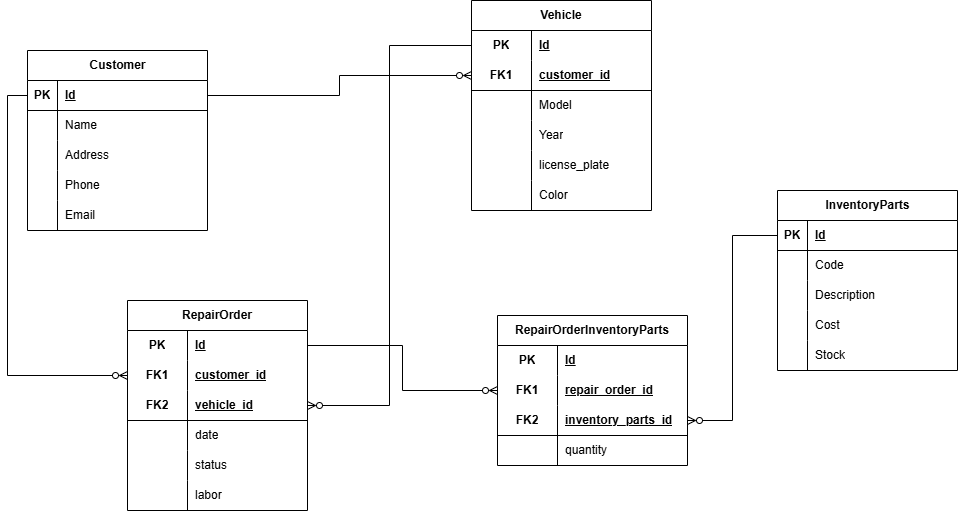
Above: documentation/DER.png in KattyGZC/autoparts-pro (draw.io), before the change. Source tidied: cells renumbered, new cells last; positions are measured from the earlier drawing's top-left corner, leaving out a move shared by most shapes.
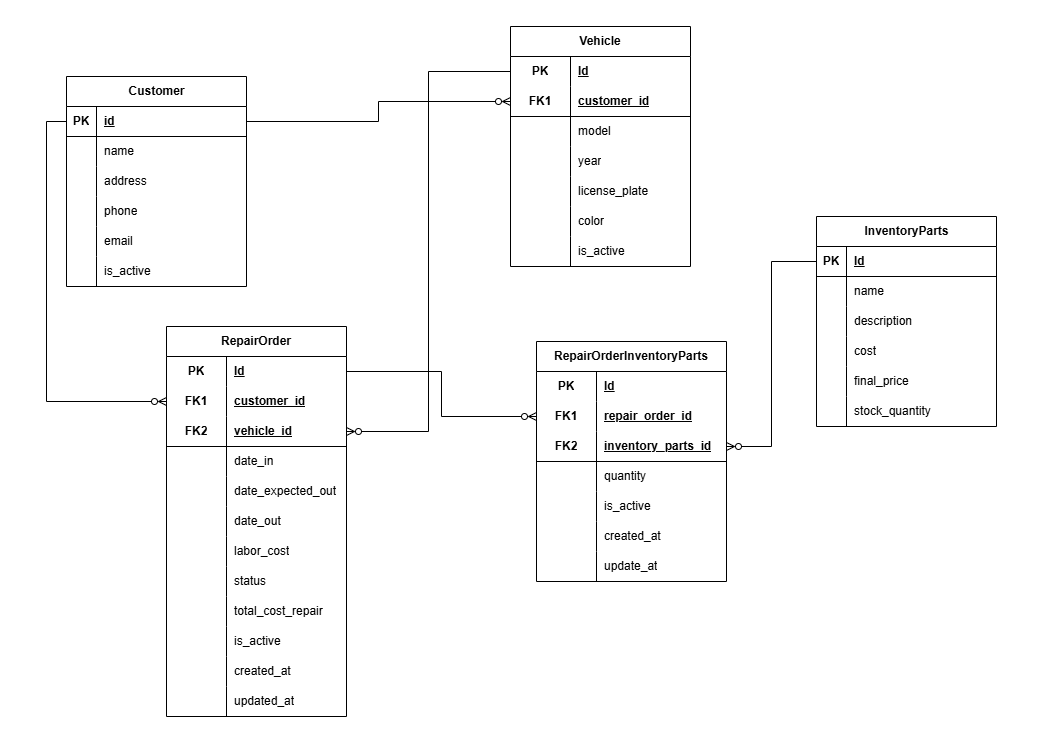
The same file after the commit.

Diff of the diagram source:
```diff
@@ -5,3 +5,3 @@
     <mxCell id="2" value="Customer" style="shape=table;startSize=30;rowLines=0;fontStyle=1;align=center;html=1;" parent="1" vertex="1">
-      <mxGeometry y="50" width="180" height="180" as="geometry" />
+      <mxGeometry y="50" width="180" height="210" as="geometry" />
     </mxCell>
@@ -13,3 +13,3 @@
     </mxCell>
-    <mxCell id="5" value="Id" style="shape=partialRectangle;fillColor=none;top=0;left=0;bottom=0;right=0;align=left;spacingLeft=6;fontStyle=5;overflow=hidden;whiteSpace=wrap;html=1;" parent="3" vertex="1">
+    <mxCell id="5" value="id" style="shape=partialRectangle;fillColor=none;top=0;left=0;bottom=0;right=0;align=left;spacingLeft=6;fontStyle=5;overflow=hidden;whiteSpace=wrap;html=1;" parent="3" vertex="1">
       <mxGeometry x="30" width="150" height="30" as="geometry" />
@@ -22,3 +22,3 @@
     </mxCell>
-    <mxCell id="8" value="Name" style="shape=partialRectangle;fillColor=none;top=0;left=0;bottom=0;right=0;align=left;spacingLeft=6;overflow=hidden;whiteSpace=wrap;html=1;" parent="6" vertex="1">
+    <mxCell id="8" value="&lt;span style=&quot;background-color: transparent; color: light-dark(rgb(0, 0, 0), rgb(255, 255, 255));&quot;&gt;name&lt;/span&gt;" style="shape=partialRectangle;fillColor=none;top=0;left=0;bottom=0;right=0;align=left;spacingLeft=6;overflow=hidden;whiteSpace=wrap;html=1;" parent="6" vertex="1">
       <mxGeometry x="30" width="150" height="30" as="geometry" />
@@ -31,3 +31,3 @@
     </mxCell>
-    <mxCell id="11" value="Address" style="shape=partialRectangle;fillColor=none;top=0;left=0;bottom=0;right=0;align=left;spacingLeft=6;overflow=hidden;whiteSpace=wrap;html=1;" parent="9" vertex="1">
+    <mxCell id="11" value="address" style="shape=partialRectangle;fillColor=none;top=0;left=0;bottom=0;right=0;align=left;spacingLeft=6;overflow=hidden;whiteSpace=wrap;html=1;" parent="9" vertex="1">
       <mxGeometry x="30" width="150" height="30" as="geometry" />
@@ -40,3 +40,3 @@
     </mxCell>
-    <mxCell id="14" value="Phone" style="shape=partialRectangle;fillColor=none;top=0;left=0;bottom=0;right=0;align=left;spacingLeft=6;overflow=hidden;whiteSpace=wrap;html=1;" parent="12" vertex="1">
+    <mxCell id="14" value="phone" style="shape=partialRectangle;fillColor=none;top=0;left=0;bottom=0;right=0;align=left;spacingLeft=6;overflow=hidden;whiteSpace=wrap;html=1;" parent="12" vertex="1">
       <mxGeometry x="30" width="150" height="30" as="geometry" />
@@ -49,7 +49,16 @@
     </mxCell>
-    <mxCell id="17" value="Email" style="shape=partialRectangle;fillColor=none;top=0;left=0;bottom=0;right=0;align=left;spacingLeft=6;overflow=hidden;whiteSpace=wrap;html=1;" parent="15" vertex="1">
+    <mxCell id="17" value="email" style="shape=partialRectangle;fillColor=none;top=0;left=0;bottom=0;right=0;align=left;spacingLeft=6;overflow=hidden;whiteSpace=wrap;html=1;" parent="15" vertex="1">
       <mxGeometry x="30" width="150" height="30" as="geometry" />
     </mxCell>
+    <mxCell id="90" style="shape=tableRow;horizontal=0;startSize=0;swimlaneHead=0;swimlaneBody=0;fillColor=none;top=0;left=0;right=0;bottom=0;fontStyle=1;" parent="2" vertex="1">
+      <mxGeometry y="180" width="180" height="30" as="geometry" />
+    </mxCell>
+    <mxCell id="91" style="shape=partialRectangle;fillColor=none;top=0;left=0;bottom=0;right=0;overflow=hidden;whiteSpace=wrap;html=1;" parent="90" vertex="1">
+      <mxGeometry width="30" height="30" as="geometry" />
+    </mxCell>
+    <mxCell id="92" value="is_active" style="shape=partialRectangle;fillColor=none;top=0;left=0;bottom=0;right=0;align=left;spacingLeft=6;overflow=hidden;whiteSpace=wrap;html=1;" parent="90" vertex="1">
+      <mxGeometry x="30" width="150" height="30" as="geometry" />
+    </mxCell>
     <mxCell id="18" value="Vehicle" style="shape=table;startSize=30;rowLines=0;fontStyle=1;align=center;html=1;whiteSpace=wrap;" parent="1" vertex="1">
-      <mxGeometry x="444" width="180" height="210" as="geometry" />
+      <mxGeometry x="444" width="180" height="240" as="geometry" />
     </mxCell>
@@ -79,3 +88,3 @@
     </mxCell>
-    <mxCell id="27" value="Model" style="shape=partialRectangle;fillColor=none;top=0;left=0;bottom=0;right=0;align=left;spacingLeft=6;overflow=hidden;html=1;whiteSpace=wrap;" parent="25" vertex="1">
+    <mxCell id="27" value="model" style="shape=partialRectangle;fillColor=none;top=0;left=0;bottom=0;right=0;align=left;spacingLeft=6;overflow=hidden;html=1;whiteSpace=wrap;" parent="25" vertex="1">
       <mxGeometry x="60" width="120" height="30" as="geometry" />
@@ -88,3 +97,3 @@
     </mxCell>
-    <mxCell id="30" value="Year" style="shape=partialRectangle;fillColor=none;top=0;left=0;bottom=0;right=0;align=left;spacingLeft=6;overflow=hidden;html=1;whiteSpace=wrap;" parent="28" vertex="1">
+    <mxCell id="30" value="year" style="shape=partialRectangle;fillColor=none;top=0;left=0;bottom=0;right=0;align=left;spacingLeft=6;overflow=hidden;html=1;whiteSpace=wrap;" parent="28" vertex="1">
       <mxGeometry x="60" width="120" height="30" as="geometry" />
@@ -106,7 +115,16 @@
     </mxCell>
-    <mxCell id="36" value="Color" style="shape=partialRectangle;fillColor=none;top=0;left=0;bottom=0;right=0;align=left;spacingLeft=6;overflow=hidden;html=1;whiteSpace=wrap;" parent="34" vertex="1">
+    <mxCell id="36" value="color" style="shape=partialRectangle;fillColor=none;top=0;left=0;bottom=0;right=0;align=left;spacingLeft=6;overflow=hidden;html=1;whiteSpace=wrap;" parent="34" vertex="1">
       <mxGeometry x="60" width="120" height="30" as="geometry" />
     </mxCell>
+    <mxCell id="93" style="shape=tableRow;horizontal=0;startSize=0;swimlaneHead=0;swimlaneBody=0;fillColor=none;top=0;left=0;right=0;bottom=0;html=1;" parent="18" vertex="1">
+      <mxGeometry y="210" width="180" height="30" as="geometry" />
+    </mxCell>
+    <mxCell id="94" style="shape=partialRectangle;fillColor=none;top=0;left=0;bottom=0;right=0;overflow=hidden;html=1;whiteSpace=wrap;" parent="93" vertex="1">
+      <mxGeometry width="60" height="30" as="geometry" />
+    </mxCell>
+    <mxCell id="95" value="is_active" style="shape=partialRectangle;fillColor=none;top=0;left=0;bottom=0;right=0;align=left;spacingLeft=6;overflow=hidden;html=1;whiteSpace=wrap;" parent="93" vertex="1">
+      <mxGeometry x="60" width="120" height="30" as="geometry" />
+    </mxCell>
     <mxCell id="37" value="InventoryParts" style="shape=table;startSize=30;rowLines=0;fontStyle=1;align=center;html=1;" parent="1" vertex="1">
-      <mxGeometry x="750" y="190" width="180" height="180" as="geometry" />
+      <mxGeometry x="750" y="190" width="180" height="210" as="geometry" />
     </mxCell>
@@ -127,3 +145,3 @@
     </mxCell>
-    <mxCell id="43" value="Code" style="shape=partialRectangle;fillColor=none;top=0;left=0;bottom=0;right=0;align=left;spacingLeft=6;overflow=hidden;whiteSpace=wrap;html=1;" parent="41" vertex="1">
+    <mxCell id="43" value="name" style="shape=partialRectangle;fillColor=none;top=0;left=0;bottom=0;right=0;align=left;spacingLeft=6;overflow=hidden;whiteSpace=wrap;html=1;" parent="41" vertex="1">
       <mxGeometry x="30" width="150" height="30" as="geometry" />
@@ -136,3 +154,3 @@
     </mxCell>
-    <mxCell id="46" value="Description" style="shape=partialRectangle;fillColor=none;top=0;left=0;bottom=0;right=0;align=left;spacingLeft=6;overflow=hidden;whiteSpace=wrap;html=1;" parent="44" vertex="1">
+    <mxCell id="46" value="description" style="shape=partialRectangle;fillColor=none;top=0;left=0;bottom=0;right=0;align=left;spacingLeft=6;overflow=hidden;whiteSpace=wrap;html=1;" parent="44" vertex="1">
       <mxGeometry x="30" width="150" height="30" as="geometry" />
@@ -145,7 +163,16 @@
     </mxCell>
-    <mxCell id="49" value="Cost" style="shape=partialRectangle;fillColor=none;top=0;left=0;bottom=0;right=0;align=left;spacingLeft=6;overflow=hidden;whiteSpace=wrap;html=1;" parent="47" vertex="1">
+    <mxCell id="49" value="cost" style="shape=partialRectangle;fillColor=none;top=0;left=0;bottom=0;right=0;align=left;spacingLeft=6;overflow=hidden;whiteSpace=wrap;html=1;" parent="47" vertex="1">
       <mxGeometry x="30" width="150" height="30" as="geometry" />
     </mxCell>
+    <mxCell id="96" style="shape=tableRow;horizontal=0;startSize=0;swimlaneHead=0;swimlaneBody=0;fillColor=none;top=0;left=0;right=0;bottom=0;" parent="37" vertex="1">
+      <mxGeometry y="150" width="180" height="30" as="geometry" />
+    </mxCell>
+    <mxCell id="97" style="shape=partialRectangle;fillColor=none;top=0;left=0;bottom=0;right=0;overflow=hidden;whiteSpace=wrap;html=1;" parent="96" vertex="1">
+      <mxGeometry width="30" height="30" as="geometry" />
+    </mxCell>
+    <mxCell id="98" value="final_price" style="shape=partialRectangle;fillColor=none;top=0;left=0;bottom=0;right=0;align=left;spacingLeft=6;overflow=hidden;whiteSpace=wrap;html=1;" parent="96" vertex="1">
+      <mxGeometry x="30" width="150" height="30" as="geometry" />
+    </mxCell>
     <mxCell id="50" style="shape=tableRow;horizontal=0;startSize=0;swimlaneHead=0;swimlaneBody=0;fillColor=none;top=0;left=0;right=0;bottom=0;" parent="37" vertex="1">
-      <mxGeometry y="150" width="180" height="30" as="geometry" />
+      <mxGeometry y="180" width="180" height="30" as="geometry" />
     </mxCell>
@@ -154,3 +181,3 @@
     </mxCell>
-    <mxCell id="52" value="Stock" style="shape=partialRectangle;fillColor=none;top=0;left=0;bottom=0;right=0;align=left;spacingLeft=6;overflow=hidden;whiteSpace=wrap;html=1;" parent="50" vertex="1">
+    <mxCell id="52" value="stock_quantity" style="shape=partialRectangle;fillColor=none;top=0;left=0;bottom=0;right=0;align=left;spacingLeft=6;overflow=hidden;whiteSpace=wrap;html=1;" parent="50" vertex="1">
       <mxGeometry x="30" width="150" height="30" as="geometry" />
@@ -158,3 +185,3 @@
     <mxCell id="53" value="RepairOrder" style="shape=table;startSize=30;rowLines=0;fontStyle=1;align=center;html=1;whiteSpace=wrap;" parent="1" vertex="1">
-      <mxGeometry x="100" y="300" width="180" height="210" as="geometry" />
+      <mxGeometry x="100" y="300" width="180" height="390" as="geometry" />
     </mxCell>
@@ -193,7 +220,34 @@
     </mxCell>
-    <mxCell id="65" value="date" style="shape=partialRectangle;fillColor=none;top=0;left=0;bottom=0;right=0;align=left;spacingLeft=6;overflow=hidden;html=1;whiteSpace=wrap;" parent="63" vertex="1">
+    <mxCell id="65" value="date_in" style="shape=partialRectangle;fillColor=none;top=0;left=0;bottom=0;right=0;align=left;spacingLeft=6;overflow=hidden;html=1;whiteSpace=wrap;" parent="63" vertex="1">
       <mxGeometry x="60" width="120" height="30" as="geometry" />
     </mxCell>
+    <mxCell id="99" style="shape=tableRow;horizontal=0;startSize=0;swimlaneHead=0;swimlaneBody=0;fillColor=none;top=0;left=0;right=0;bottom=0;html=1;" parent="53" vertex="1">
+      <mxGeometry y="150" width="180" height="30" as="geometry" />
+    </mxCell>
+    <mxCell id="100" style="shape=partialRectangle;fillColor=none;top=0;left=0;bottom=0;right=0;overflow=hidden;html=1;whiteSpace=wrap;" parent="99" vertex="1">
+      <mxGeometry width="60" height="30" as="geometry" />
+    </mxCell>
+    <mxCell id="101" value="date_expected_out" style="shape=partialRectangle;fillColor=none;top=0;left=0;bottom=0;right=0;align=left;spacingLeft=6;overflow=hidden;html=1;whiteSpace=wrap;" parent="99" vertex="1">
+      <mxGeometry x="60" width="120" height="30" as="geometry" />
+    </mxCell>
+    <mxCell id="69" style="shape=tableRow;horizontal=0;startSize=0;swimlaneHead=0;swimlaneBody=0;fillColor=none;top=0;left=0;right=0;bottom=0;html=1;" parent="53" vertex="1">
+      <mxGeometry y="180" width="180" height="30" as="geometry" />
+    </mxCell>
+    <mxCell id="102" style="shape=partialRectangle;fillColor=none;top=0;left=0;bottom=0;right=0;overflow=hidden;html=1;whiteSpace=wrap;" parent="69" vertex="1">
+      <mxGeometry width="60" height="30" as="geometry" />
+    </mxCell>
+    <mxCell id="103" value="date_out" style="shape=partialRectangle;fillColor=none;top=0;left=0;bottom=0;right=0;align=left;spacingLeft=6;overflow=hidden;html=1;whiteSpace=wrap;" parent="69" vertex="1">
+      <mxGeometry x="60" width="120" height="30" as="geometry" />
+    </mxCell>
+    <mxCell id="104" style="shape=tableRow;horizontal=0;startSize=0;swimlaneHead=0;swimlaneBody=0;fillColor=none;top=0;left=0;right=0;bottom=0;html=1;" parent="53" vertex="1">
+      <mxGeometry y="210" width="180" height="30" as="geometry" />
+    </mxCell>
+    <mxCell id="105" style="shape=partialRectangle;fillColor=none;top=0;left=0;bottom=0;right=0;overflow=hidden;html=1;whiteSpace=wrap;" parent="104" vertex="1">
+      <mxGeometry width="60" height="30" as="geometry" />
+    </mxCell>
+    <mxCell id="106" value="labor_cost" style="shape=partialRectangle;fillColor=none;top=0;left=0;bottom=0;right=0;align=left;spacingLeft=6;overflow=hidden;html=1;whiteSpace=wrap;" parent="104" vertex="1">
+      <mxGeometry x="60" width="120" height="30" as="geometry" />
+    </mxCell>
     <mxCell id="66" style="shape=tableRow;horizontal=0;startSize=0;swimlaneHead=0;swimlaneBody=0;fillColor=none;top=0;left=0;right=0;bottom=0;html=1;" parent="53" vertex="1">
-      <mxGeometry y="150" width="180" height="30" as="geometry" />
+      <mxGeometry y="240" width="180" height="30" as="geometry" />
     </mxCell>
@@ -205,13 +259,40 @@
     </mxCell>
-    <mxCell id="69" style="shape=tableRow;horizontal=0;startSize=0;swimlaneHead=0;swimlaneBody=0;fillColor=none;top=0;left=0;right=0;bottom=0;html=1;" parent="53" vertex="1">
-      <mxGeometry y="180" width="180" height="30" as="geometry" />
-    </mxCell>
-    <mxCell id="70" style="shape=partialRectangle;fillColor=none;top=0;left=0;bottom=0;right=0;overflow=hidden;html=1;whiteSpace=wrap;" parent="69" vertex="1">
-      <mxGeometry width="60" height="30" as="geometry" />
-    </mxCell>
-    <mxCell id="71" value="labor" style="shape=partialRectangle;fillColor=none;top=0;left=0;bottom=0;right=0;align=left;spacingLeft=6;overflow=hidden;html=1;whiteSpace=wrap;" parent="69" vertex="1">
-      <mxGeometry x="60" width="120" height="30" as="geometry" />
-    </mxCell>
+    <mxCell id="107" style="shape=tableRow;horizontal=0;startSize=0;swimlaneHead=0;swimlaneBody=0;fillColor=none;top=0;left=0;right=0;bottom=0;html=1;" parent="53" vertex="1">
+      <mxGeometry y="270" width="180" height="30" as="geometry" />
+    </mxCell>
+    <mxCell id="108" style="shape=partialRectangle;fillColor=none;top=0;left=0;bottom=0;right=0;overflow=hidden;html=1;whiteSpace=wrap;" parent="107" vertex="1">
+      <mxGeometry width="60" height="30" as="geometry" />
+    </mxCell>
+    <mxCell id="109" value="total_cost_repair" style="shape=partialRectangle;fillColor=none;top=0;left=0;bottom=0;right=0;align=left;spacingLeft=6;overflow=hidden;html=1;whiteSpace=wrap;" parent="107" vertex="1">
+      <mxGeometry x="60" width="120" height="30" as="geometry" />
+    </mxCell>
+    <mxCell id="110" style="shape=tableRow;horizontal=0;startSize=0;swimlaneHead=0;swimlaneBody=0;fillColor=none;top=0;left=0;right=0;bottom=0;html=1;" parent="53" vertex="1">
+      <mxGeometry y="300" width="180" height="30" as="geometry" />
+    </mxCell>
+    <mxCell id="111" style="shape=partialRectangle;fillColor=none;top=0;left=0;bottom=0;right=0;overflow=hidden;html=1;whiteSpace=wrap;" parent="110" vertex="1">
+      <mxGeometry width="60" height="30" as="geometry" />
+    </mxCell>
+    <mxCell id="112" value="is_active" style="shape=partialRectangle;fillColor=none;top=0;left=0;bottom=0;right=0;align=left;spacingLeft=6;overflow=hidden;html=1;whiteSpace=wrap;" parent="110" vertex="1">
+      <mxGeometry x="60" width="120" height="30" as="geometry" />
+    </mxCell>
+    <mxCell id="113" style="shape=tableRow;horizontal=0;startSize=0;swimlaneHead=0;swimlaneBody=0;fillColor=none;top=0;left=0;right=0;bottom=0;html=1;" parent="53" vertex="1">
+      <mxGeometry y="330" width="180" height="30" as="geometry" />
+    </mxCell>
+    <mxCell id="114" style="shape=partialRectangle;fillColor=none;top=0;left=0;bottom=0;right=0;overflow=hidden;html=1;whiteSpace=wrap;" parent="113" vertex="1">
+      <mxGeometry width="60" height="30" as="geometry" />
+    </mxCell>
+    <mxCell id="115" value="created_at" style="shape=partialRectangle;fillColor=none;top=0;left=0;bottom=0;right=0;align=left;spacingLeft=6;overflow=hidden;html=1;whiteSpace=wrap;" parent="113" vertex="1">
+      <mxGeometry x="60" width="120" height="30" as="geometry" />
+    </mxCell>
+    <mxCell id="116" style="shape=tableRow;horizontal=0;startSize=0;swimlaneHead=0;swimlaneBody=0;fillColor=none;top=0;left=0;right=0;bottom=0;html=1;" parent="53" vertex="1">
+      <mxGeometry y="360" width="180" height="30" as="geometry" />
+    </mxCell>
+    <mxCell id="117" style="shape=partialRectangle;fillColor=none;top=0;left=0;bottom=0;right=0;overflow=hidden;html=1;whiteSpace=wrap;" parent="116" vertex="1">
+      <mxGeometry width="60" height="30" as="geometry" />
+    </mxCell>
+    <mxCell id="118" value="updated_at" style="shape=partialRectangle;fillColor=none;top=0;left=0;bottom=0;right=0;align=left;spacingLeft=6;overflow=hidden;html=1;whiteSpace=wrap;" parent="116" vertex="1">
+      <mxGeometry x="60" width="120" height="30" as="geometry" />
+    </mxCell>
     <mxCell id="72" value="RepairOrderInventoryParts" style="shape=table;startSize=30;rowLines=0;fontStyle=1;align=center;html=1;whiteSpace=wrap;" parent="1" vertex="1">
-      <mxGeometry x="470" y="315" width="190" height="150" as="geometry" />
+      <mxGeometry x="470" y="315" width="190" height="240" as="geometry" />
     </mxCell>
@@ -253,2 +334,29 @@
     </mxCell>
+    <mxCell id="119" style="shape=tableRow;horizontal=0;startSize=0;swimlaneHead=0;swimlaneBody=0;fillColor=none;top=0;left=0;right=0;bottom=0;html=1;" parent="72" vertex="1">
+      <mxGeometry y="150" width="190" height="30" as="geometry" />
+    </mxCell>
+    <mxCell id="120" style="shape=partialRectangle;fillColor=none;top=0;left=0;bottom=0;right=0;overflow=hidden;html=1;whiteSpace=wrap;" parent="119" vertex="1">
+      <mxGeometry width="60" height="30" as="geometry" />
+    </mxCell>
+    <mxCell id="121" value="is_active" style="shape=partialRectangle;fillColor=none;top=0;left=0;bottom=0;right=0;align=left;spacingLeft=6;overflow=hidden;html=1;whiteSpace=wrap;" parent="119" vertex="1">
+      <mxGeometry x="60" width="130" height="30" as="geometry" />
+    </mxCell>
+    <mxCell id="122" style="shape=tableRow;horizontal=0;startSize=0;swimlaneHead=0;swimlaneBody=0;fillColor=none;top=0;left=0;right=0;bottom=0;html=1;" parent="72" vertex="1">
+      <mxGeometry y="180" width="190" height="30" as="geometry" />
+    </mxCell>
+    <mxCell id="123" style="shape=partialRectangle;fillColor=none;top=0;left=0;bottom=0;right=0;overflow=hidden;html=1;whiteSpace=wrap;" parent="122" vertex="1">
+      <mxGeometry width="60" height="30" as="geometry" />
+    </mxCell>
+    <mxCell id="124" value="created_at" style="shape=partialRectangle;fillColor=none;top=0;left=0;bottom=0;right=0;align=left;spacingLeft=6;overflow=hidden;html=1;whiteSpace=wrap;" parent="122" vertex="1">
+      <mxGeometry x="60" width="130" height="30" as="geometry" />
+    </mxCell>
+    <mxCell id="125" style="shape=tableRow;horizontal=0;startSize=0;swimlaneHead=0;swimlaneBody=0;fillColor=none;top=0;left=0;right=0;bottom=0;html=1;" parent="72" vertex="1">
+      <mxGeometry y="210" width="190" height="30" as="geometry" />
+    </mxCell>
+    <mxCell id="126" style="shape=partialRectangle;fillColor=none;top=0;left=0;bottom=0;right=0;overflow=hidden;html=1;whiteSpace=wrap;" parent="125" vertex="1">
+      <mxGeometry width="60" height="30" as="geometry" />
+    </mxCell>
+    <mxCell id="127" value="update_at" style="shape=partialRectangle;fillColor=none;top=0;left=0;bottom=0;right=0;align=left;spacingLeft=6;overflow=hidden;html=1;whiteSpace=wrap;" parent="125" vertex="1">
+      <mxGeometry x="60" width="130" height="30" as="geometry" />
+    </mxCell>
     <mxCell id="85" style="edgeStyle=orthogonalEdgeStyle;rounded=0;jettySize=auto;html=1;exitX=1;exitY=0.5;exitDx=0;exitDy=0;entryX=0;entryY=0.5;entryDx=0;entryDy=0;endArrow=ERzeroToMany;endFill=0;strokeColor=default;" parent="1" edge="1" source="3" target="22">
```
